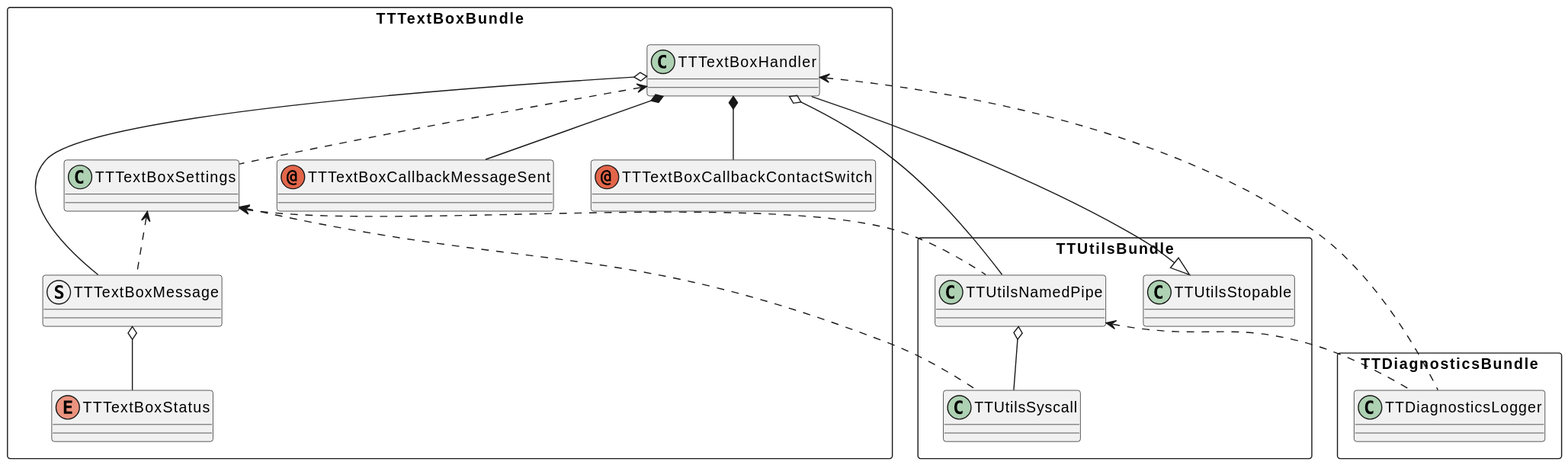
Earlier version of the PlantUML export textbox/doc/TTTextBoxHandler.svg (devmichalek/TerminalTeams).
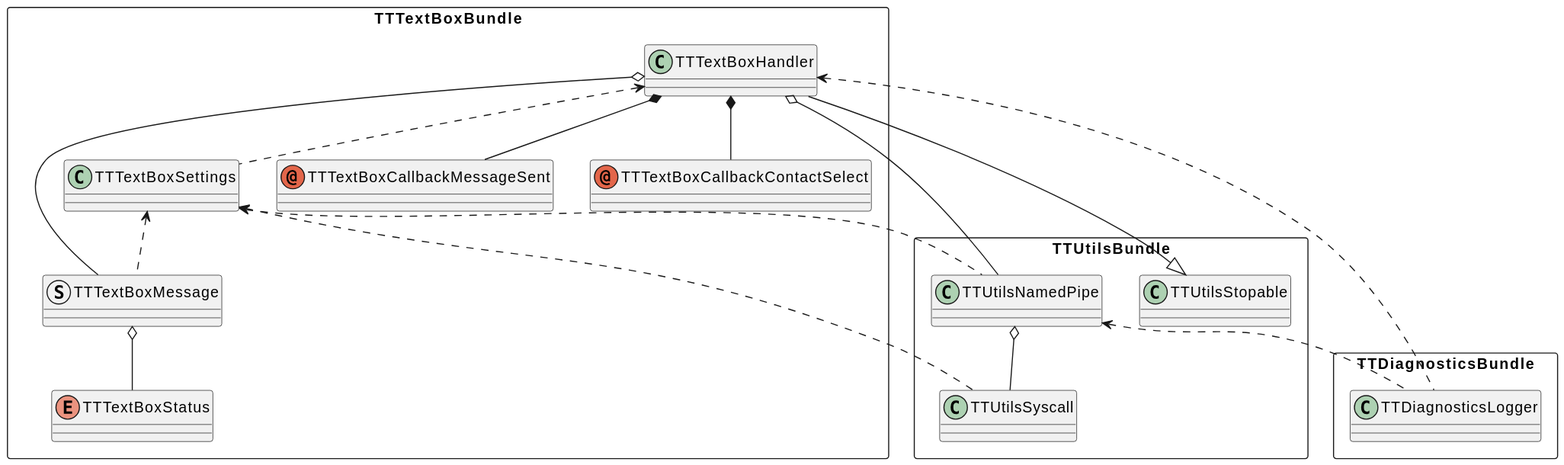
The same file after the commit.

The edit, as a diff of the source:
```diff
@@ -5,7 +5,7 @@
   class TTTextBoxSettings
   enum TTTextBoxStatus
   annotation TTTextBoxCallbackMessageSent
-  annotation TTTextBoxCallbackContactSwitch
+  annotation TTTextBoxCallbackContactSelect
 }
 
 package TTDiagnosticsBundle <<Rectangle>> {
@@ -22,7 +22,7 @@
 TTTextBoxHandler o-- TTTextBoxMessage
 TTTextBoxHandler o-- TTUtilsNamedPipe
 TTTextBoxHandler *-- TTTextBoxCallbackMessageSent
-TTTextBoxHandler *-- TTTextBoxCallbackContactSwitch
+TTTextBoxHandler *-- TTTextBoxCallbackContactSelect
 TTTextBoxHandler <.. TTDiagnosticsLogger
 TTTextBoxHandler <.. TTTextBoxSettings
 TTTextBoxSettings <.. TTUtilsSyscall
```
